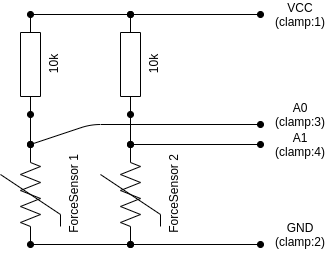
SolarEnergyRacers/solar_car_control_system keeps this draw.io diagram as docs/.ADS1115--ADC0_ADC1_ADC2-infos/FSR-CurcuitDiagram.drawio.png. Above is the earlier version. Source tidied: cells renumbered, new cells last; positions are measured from the earlier drawing's top-left corner, leaving out a move shared by most shapes.
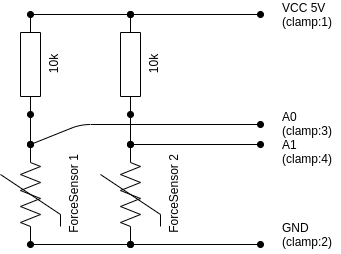
Later version of the same file.

The edit, as a diff of the source:
```diff
@@ -50,21 +50,21 @@
       <mxGeometry relative="1" as="geometry">
         <mxPoint x="280" y="120" as="targetPoint" />
         <Array as="points">
-          <mxPoint x="110" y="120" />
+          <mxPoint x="100" y="120" />
         </Array>
       </mxGeometry>
     </mxCell>
-    <mxCell id="14" value="VCC (clamp:1)" style="text;html=1;strokeColor=none;fillColor=none;align=center;verticalAlign=middle;whiteSpace=wrap;rounded=0;" parent="1" vertex="1">
-      <mxGeometry x="300" width="40" height="20" as="geometry" />
+    <mxCell id="14" value="VCC 5V (clamp:1)" style="text;html=1;strokeColor=none;fillColor=none;align=left;verticalAlign=middle;whiteSpace=wrap;rounded=0;" parent="1" vertex="1">
+      <mxGeometry x="300" width="60" height="20" as="geometry" />
     </mxCell>
-    <mxCell id="15" value="GND (clamp:2)" style="text;html=1;strokeColor=none;fillColor=none;align=center;verticalAlign=middle;whiteSpace=wrap;rounded=0;" parent="1" vertex="1">
+    <mxCell id="15" value="GND (clamp:2)" style="text;html=1;strokeColor=none;fillColor=none;align=left;verticalAlign=middle;whiteSpace=wrap;rounded=0;" parent="1" vertex="1">
       <mxGeometry x="300" y="220" width="40" height="20" as="geometry" />
     </mxCell>
-    <mxCell id="16" value="A0 (clamp:3)" style="text;html=1;strokeColor=none;fillColor=none;align=center;verticalAlign=middle;whiteSpace=wrap;rounded=0;" parent="1" vertex="1">
-      <mxGeometry x="300" y="100" width="40" height="20" as="geometry" />
+    <mxCell id="16" value="A0 (clamp:3)" style="text;html=1;strokeColor=none;fillColor=none;align=left;verticalAlign=middle;whiteSpace=wrap;rounded=0;" parent="1" vertex="1">
+      <mxGeometry x="300" y="109" width="40" height="20" as="geometry" />
     </mxCell>
-    <mxCell id="17" value="A1 (clamp:4)" style="text;html=1;strokeColor=none;fillColor=none;align=center;verticalAlign=middle;whiteSpace=wrap;rounded=0;" parent="1" vertex="1">
-      <mxGeometry x="300" y="130" width="40" height="20" as="geometry" />
+    <mxCell id="17" value="A1 (clamp:4)" style="text;html=1;strokeColor=none;fillColor=none;align=left;verticalAlign=middle;whiteSpace=wrap;rounded=0;" parent="1" vertex="1">
+      <mxGeometry x="300" y="137" width="40" height="20" as="geometry" />
     </mxCell>
   </root>
 </mxGraphModel>
```
